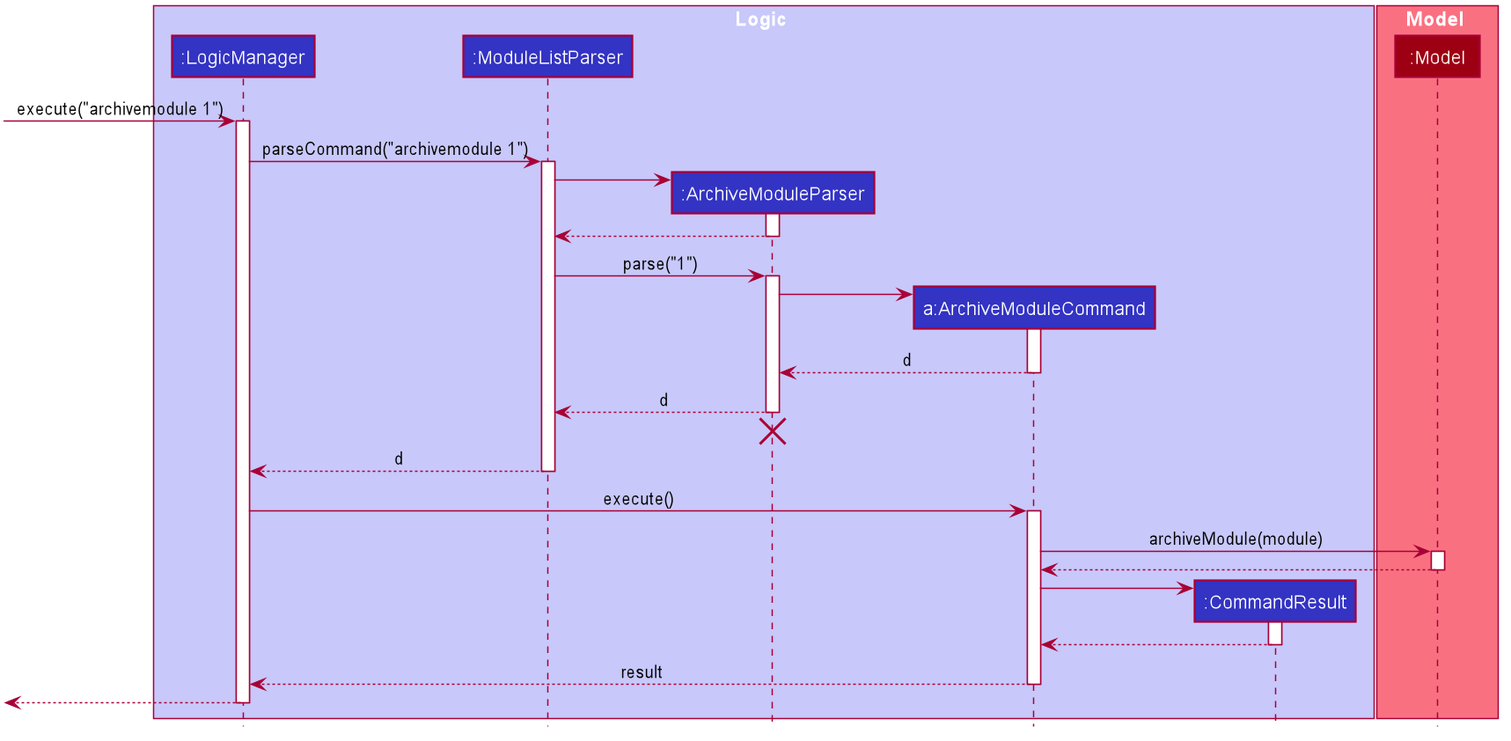
Before: docs/images/Module/ArchiveModuleSequenceDiagram.png, a diagram exported from PlantUML (nus-cs2103-AY2021S1/tp).
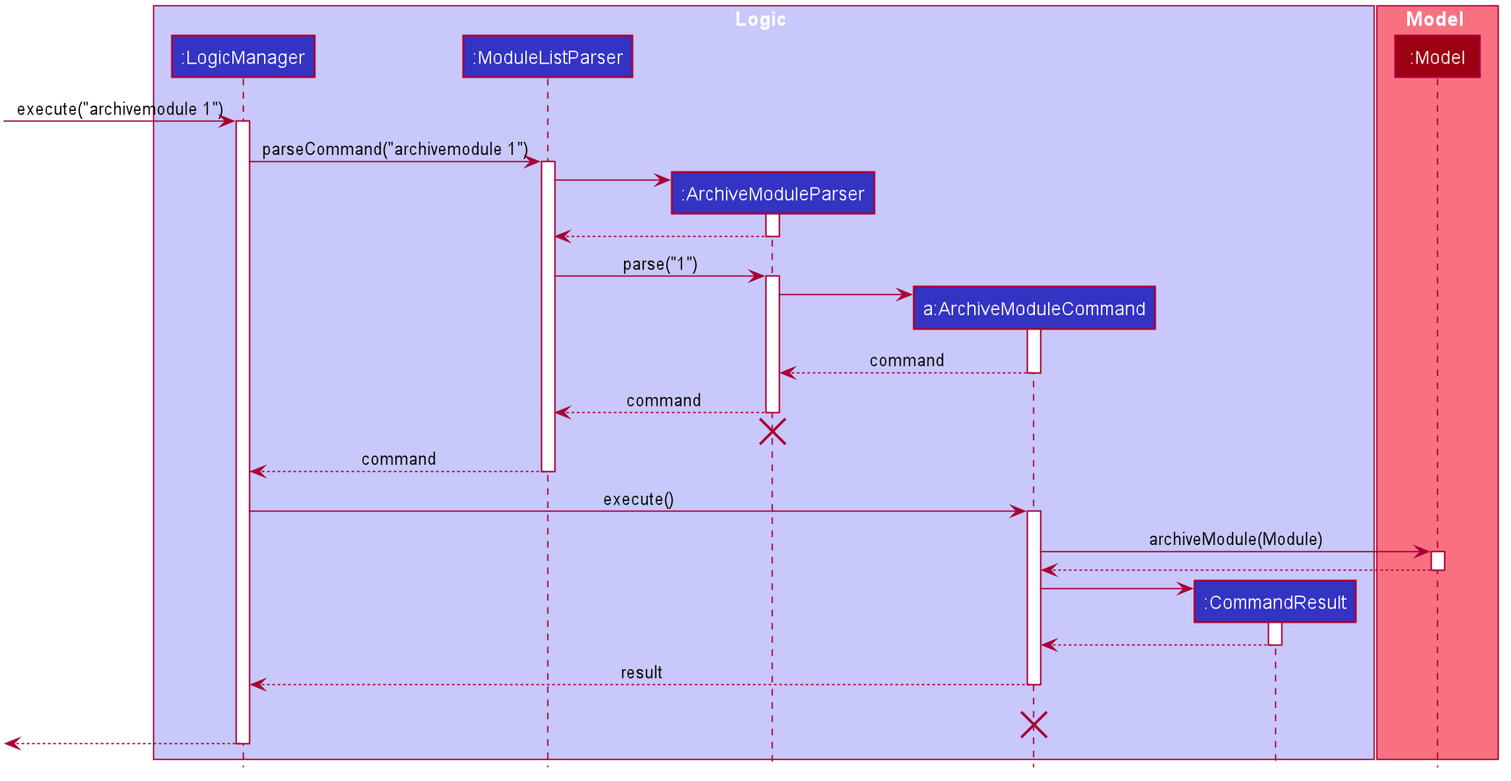
Above is the later version.

Change to the diagram source:
```diff
@@ -80,21 +80,21 @@
 ArchiveModuleParser -> ArchiveModuleCommand
 activate ArchiveModuleCommand
 
-ArchiveModuleCommand --> ArchiveModuleParser : d
+ArchiveModuleCommand --> ArchiveModuleParser : command
 deactivate ArchiveModuleCommand
 
-ArchiveModuleParser --> ModuleListParser : d
+ArchiveModuleParser --> ModuleListParser : command
 deactivate ArchiveModuleParser
 ArchiveModuleParser -[hidden]-> ModuleListParser
 destroy ArchiveModuleParser
 
-ModuleListParser --> LogicManager : d
+ModuleListParser --> LogicManager : command
 deactivate ModuleListParser
 
 LogicManager -> ArchiveModuleCommand : execute()
 activate ArchiveModuleCommand
 
-ArchiveModuleCommand -> Model : archiveModule(module)
+ArchiveModuleCommand -> Model : archiveModule(Module)
 activate Model
 
 Model --> ArchiveModuleCommand
@@ -110,6 +110,9 @@
 ArchiveModuleCommand --> LogicManager : result
 deactivate ArchiveModuleCommand
 
+ArchiveModuleCommand -[hidden]-> LogicManager : result
+destroy ArchiveModuleCommand
+
 [<--LogicManager
 deactivate LogicManager
 @enduml
```
